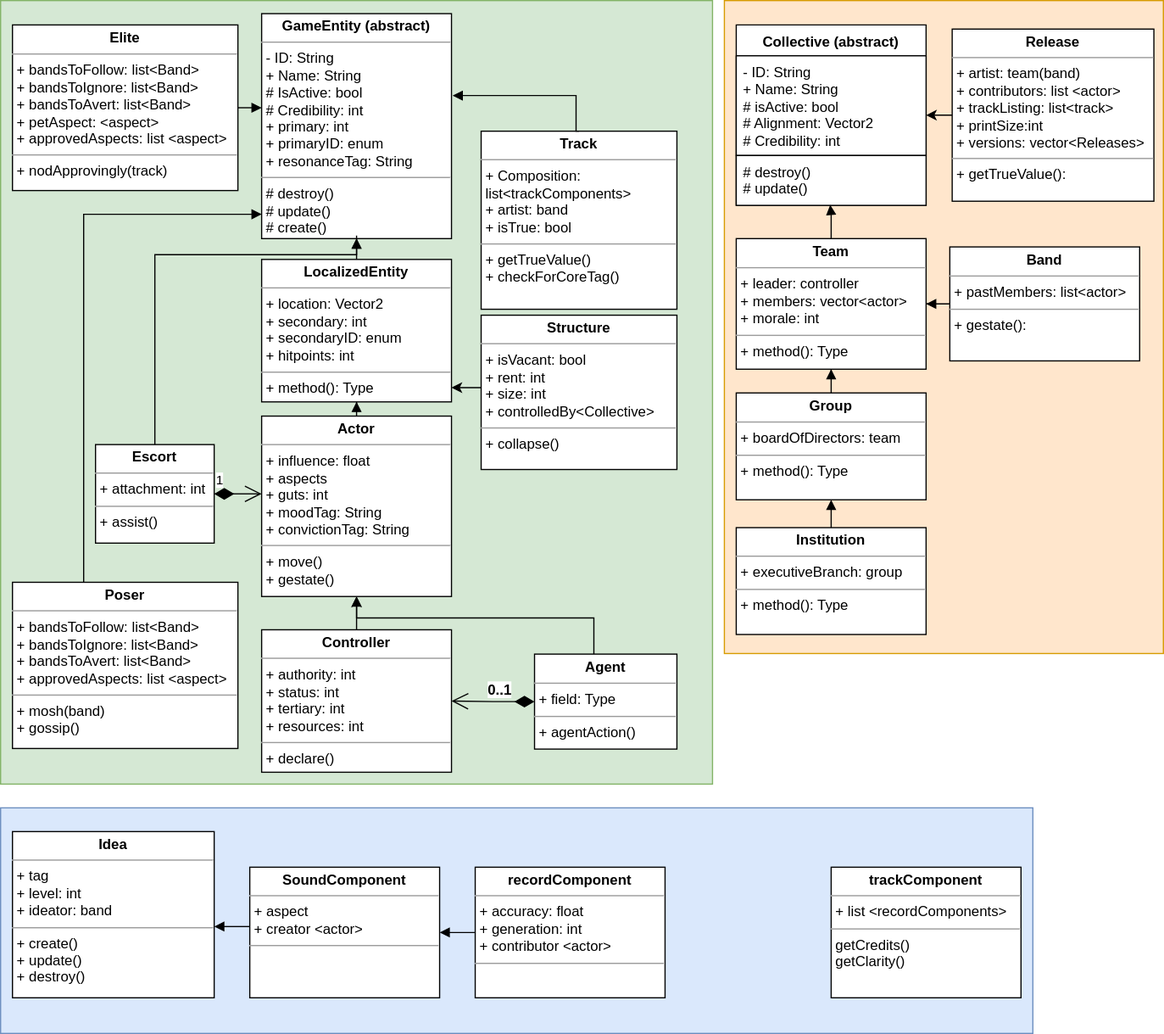
The draw.io diagram TheProspector/Assets/Schematics/Entity.svg in SakuNurmiranta/TheProspector, before a commit. Source tidied: cells renumbered, new cells last; positions are measured from the earlier drawing's top-left corner, leaving out a move shared by most shapes.
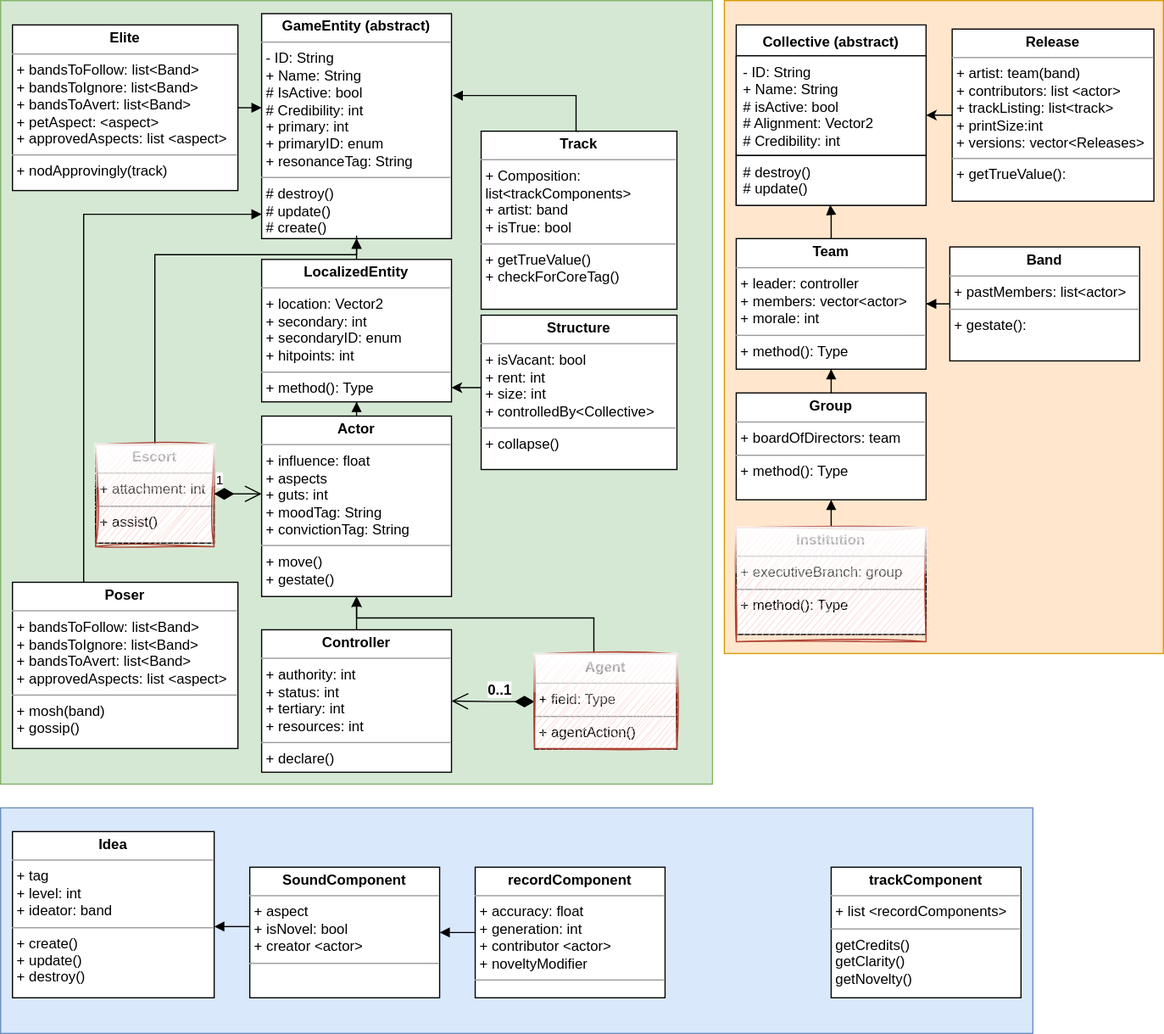
Above is the later version.

What changed in the source:
```diff
@@ -128,7 +128,7 @@
     <mxCell id="35" style="edgeStyle=orthogonalEdgeStyle;rounded=0;jettySize=auto;html=1;endArrow=block;endFill=1;" parent="1" edge="1" source="39" target="36">
       <mxGeometry relative="1" as="geometry" />
     </mxCell>
-    <mxCell id="36" value="&lt;p style=&quot;margin:0px;margin-top:4px;text-align:center;&quot;&gt;&lt;b&gt;SoundComponent&lt;/b&gt;&lt;/p&gt;&lt;hr size=&quot;1&quot;&gt;&lt;p style=&quot;margin:0px;margin-left:4px;&quot;&gt;&lt;span style=&quot;background-color: initial;&quot;&gt;+ aspect&lt;/span&gt;&lt;br&gt;&lt;/p&gt;&lt;p style=&quot;margin:0px;margin-left:4px;&quot;&gt;+ creator &amp;lt;actor&amp;gt;&lt;br&gt;&lt;/p&gt;&lt;hr size=&quot;1&quot;&gt;&lt;p style=&quot;margin:0px;margin-left:4px;&quot;&gt;&lt;br&gt;&lt;/p&gt;&lt;p style=&quot;margin:0px;margin-left:4px;&quot;&gt;&lt;br&gt;&lt;/p&gt;" style="verticalAlign=top;align=left;overflow=fill;fontSize=12;fontFamily=Helvetica;html=1;whiteSpace=wrap;" parent="1" vertex="1">
+    <mxCell id="36" value="&lt;p style=&quot;margin:0px;margin-top:4px;text-align:center;&quot;&gt;&lt;b&gt;SoundComponent&lt;/b&gt;&lt;/p&gt;&lt;hr size=&quot;1&quot;&gt;&lt;p style=&quot;margin:0px;margin-left:4px;&quot;&gt;&lt;span style=&quot;background-color: initial;&quot;&gt;+ aspect&lt;/span&gt;&lt;br&gt;&lt;/p&gt;&lt;p style=&quot;margin:0px;margin-left:4px;&quot;&gt;&lt;span style=&quot;background-color: initial;&quot;&gt;+ isNovel: bool&lt;/span&gt;&lt;/p&gt;&lt;p style=&quot;margin:0px;margin-left:4px;&quot;&gt;+ creator &amp;lt;actor&amp;gt;&lt;/p&gt;&lt;hr size=&quot;1&quot;&gt;&lt;p style=&quot;margin:0px;margin-left:4px;&quot;&gt;&lt;br&gt;&lt;/p&gt;&lt;p style=&quot;margin:0px;margin-left:4px;&quot;&gt;&lt;br&gt;&lt;/p&gt;" style="verticalAlign=top;align=left;overflow=fill;fontSize=12;fontFamily=Helvetica;html=1;whiteSpace=wrap;" parent="1" vertex="1">
       <mxGeometry x="210" y="730" width="160" height="110" as="geometry" />
     </mxCell>
     <mxCell id="37" style="edgeStyle=orthogonalEdgeStyle;rounded=0;jettySize=auto;html=1;endArrow=block;endFill=1;" parent="1" edge="1" source="36" target="38">
@@ -142,10 +142,10 @@
     <mxCell id="38" value="&lt;p style=&quot;margin:0px;margin-top:4px;text-align:center;&quot;&gt;&lt;b&gt;Idea&lt;/b&gt;&lt;/p&gt;&lt;hr size=&quot;1&quot;&gt;&lt;p style=&quot;margin:0px;margin-left:4px;&quot;&gt;+ tag&lt;/p&gt;&lt;p style=&quot;margin:0px;margin-left:4px;&quot;&gt;+ level: int&lt;/p&gt;&lt;p style=&quot;margin:0px;margin-left:4px;&quot;&gt;+ ideator: band&lt;/p&gt;&lt;hr size=&quot;1&quot;&gt;&lt;p style=&quot;margin:0px;margin-left:4px;&quot;&gt;+ create()&lt;/p&gt;&lt;p style=&quot;margin:0px;margin-left:4px;&quot;&gt;+ update()&lt;/p&gt;&lt;p style=&quot;margin:0px;margin-left:4px;&quot;&gt;+ destroy()&lt;/p&gt;" style="verticalAlign=top;align=left;overflow=fill;fontSize=12;fontFamily=Helvetica;html=1;whiteSpace=wrap;" parent="1" vertex="1">
       <mxGeometry x="10" y="700" width="170" height="140" as="geometry" />
     </mxCell>
-    <mxCell id="39" value="&lt;p style=&quot;margin:0px;margin-top:4px;text-align:center;&quot;&gt;&lt;b&gt;recordComponent&lt;/b&gt;&lt;/p&gt;&lt;hr size=&quot;1&quot;&gt;&lt;p style=&quot;margin:0px;margin-left:4px;&quot;&gt;&lt;span style=&quot;background-color: initial;&quot;&gt;+ accuracy: float&lt;/span&gt;&lt;/p&gt;&lt;p style=&quot;margin:0px;margin-left:4px;&quot;&gt;&lt;span style=&quot;background-color: initial;&quot;&gt;+ generation: int&lt;/span&gt;&lt;br&gt;&lt;/p&gt;&lt;p style=&quot;margin:0px;margin-left:4px;&quot;&gt;+ contributor &amp;lt;actor&amp;gt;&lt;br&gt;&lt;/p&gt;&lt;hr size=&quot;1&quot;&gt;&lt;p style=&quot;margin:0px;margin-left:4px;&quot;&gt;&lt;br&gt;&lt;/p&gt;&lt;p style=&quot;margin:0px;margin-left:4px;&quot;&gt;&lt;br&gt;&lt;/p&gt;" style="verticalAlign=top;align=left;overflow=fill;fontSize=12;fontFamily=Helvetica;html=1;whiteSpace=wrap;" parent="1" vertex="1">
+    <mxCell id="39" value="&lt;p style=&quot;margin:0px;margin-top:4px;text-align:center;&quot;&gt;&lt;b&gt;recordComponent&lt;/b&gt;&lt;/p&gt;&lt;hr size=&quot;1&quot;&gt;&lt;p style=&quot;margin:0px;margin-left:4px;&quot;&gt;&lt;span style=&quot;background-color: initial;&quot;&gt;+ accuracy: float&lt;/span&gt;&lt;/p&gt;&lt;p style=&quot;margin:0px;margin-left:4px;&quot;&gt;&lt;span style=&quot;background-color: initial;&quot;&gt;+ generation: int&lt;/span&gt;&lt;br&gt;&lt;/p&gt;&lt;p style=&quot;margin:0px;margin-left:4px;&quot;&gt;+ contributor &amp;lt;actor&amp;gt;&lt;br&gt;&lt;/p&gt;&lt;p style=&quot;margin:0px;margin-left:4px;&quot;&gt;+ noveltyModifier&lt;/p&gt;&lt;hr size=&quot;1&quot;&gt;&lt;p style=&quot;margin:0px;margin-left:4px;&quot;&gt;&lt;br&gt;&lt;/p&gt;&lt;p style=&quot;margin:0px;margin-left:4px;&quot;&gt;&lt;br&gt;&lt;/p&gt;" style="verticalAlign=top;align=left;overflow=fill;fontSize=12;fontFamily=Helvetica;html=1;whiteSpace=wrap;" parent="1" vertex="1">
       <mxGeometry x="400" y="730" width="160" height="110" as="geometry" />
     </mxCell>
-    <mxCell id="40" value="&lt;p style=&quot;margin:0px;margin-top:4px;text-align:center;&quot;&gt;&lt;b&gt;trackComponent&lt;/b&gt;&lt;/p&gt;&lt;hr size=&quot;1&quot;&gt;&lt;p style=&quot;margin:0px;margin-left:4px;&quot;&gt;+ list &amp;lt;recordComponents&amp;gt;&lt;/p&gt;&lt;hr size=&quot;1&quot;&gt;&lt;p style=&quot;margin:0px;margin-left:4px;&quot;&gt;getCredits()&lt;/p&gt;&lt;p style=&quot;margin:0px;margin-left:4px;&quot;&gt;getClarity()&lt;/p&gt;&lt;p style=&quot;margin:0px;margin-left:4px;&quot;&gt;&lt;br&gt;&lt;/p&gt;" style="verticalAlign=top;align=left;overflow=fill;fontSize=12;fontFamily=Helvetica;html=1;whiteSpace=wrap;" parent="1" vertex="1">
+    <mxCell id="40" value="&lt;p style=&quot;margin:0px;margin-top:4px;text-align:center;&quot;&gt;&lt;b&gt;trackComponent&lt;/b&gt;&lt;/p&gt;&lt;hr size=&quot;1&quot;&gt;&lt;p style=&quot;margin:0px;margin-left:4px;&quot;&gt;+ list &amp;lt;recordComponents&amp;gt;&lt;/p&gt;&lt;hr size=&quot;1&quot;&gt;&lt;p style=&quot;margin:0px;margin-left:4px;&quot;&gt;getCredits()&lt;/p&gt;&lt;p style=&quot;margin:0px;margin-left:4px;&quot;&gt;getClarity()&lt;/p&gt;&lt;p style=&quot;margin:0px;margin-left:4px;&quot;&gt;getNovelty()&lt;/p&gt;&lt;p style=&quot;margin:0px;margin-left:4px;&quot;&gt;&lt;br&gt;&lt;/p&gt;" style="verticalAlign=top;align=left;overflow=fill;fontSize=12;fontFamily=Helvetica;html=1;whiteSpace=wrap;" parent="1" vertex="1">
       <mxGeometry x="700" y="730" width="160" height="110" as="geometry" />
     </mxCell>
     <mxCell id="41" style="edgeStyle=orthogonalEdgeStyle;rounded=0;jettySize=auto;html=1;endArrow=block;endFill=1;" parent="1" edge="1" source="42" target="5">
@@ -168,5 +168,14 @@
     <mxCell id="44" value="&lt;p style=&quot;margin:0px;margin-top:4px;text-align:center;&quot;&gt;&lt;b&gt;Poser&lt;/b&gt;&lt;/p&gt;&lt;hr size=&quot;1&quot;&gt;&lt;p style=&quot;margin:0px;margin-left:4px;&quot;&gt;+ bandsToFollow: list&amp;lt;Band&amp;gt;&lt;/p&gt;&lt;p style=&quot;margin:0px;margin-left:4px;&quot;&gt;+ bandsToIgnore: list&amp;lt;Band&amp;gt;&lt;/p&gt;&lt;p style=&quot;margin:0px;margin-left:4px;&quot;&gt;+ bandsToAvert: list&amp;lt;Band&amp;gt;&lt;/p&gt;&lt;p style=&quot;margin:0px;margin-left:4px;&quot;&gt;+ approvedAspects: list &amp;lt;aspect&amp;gt;&lt;/p&gt;&lt;hr size=&quot;1&quot;&gt;&lt;p style=&quot;margin:0px;margin-left:4px;&quot;&gt;+ mosh(band)&lt;/p&gt;&lt;p style=&quot;margin:0px;margin-left:4px;&quot;&gt;+ gossip()&lt;/p&gt;" style="verticalAlign=top;align=left;overflow=fill;fontSize=12;fontFamily=Helvetica;html=1;whiteSpace=wrap;" parent="1" vertex="1">
       <mxGeometry x="10" y="490" width="190" height="140" as="geometry" />
     </mxCell>
+    <mxCell id="45" style="whiteSpace=wrap;html=1;glass=1;sketch=1;curveFitting=1;jiggle=2;fillColor=#fad9d5;strokeColor=#ae4132;" parent="1" vertex="1">
+      <mxGeometry x="80" y="374" width="100" height="86" as="geometry" />
+    </mxCell>
+    <mxCell id="46" style="whiteSpace=wrap;html=1;glass=1;sketch=1;curveFitting=1;jiggle=2;fillColor=#fad9d5;strokeColor=#ae4132;" parent="1" vertex="1">
+      <mxGeometry x="450" y="550.5" width="120" height="79.5" as="geometry" />
+    </mxCell>
+    <mxCell id="47" style="whiteSpace=wrap;html=1;glass=1;sketch=1;curveFitting=1;jiggle=2;fillColor=#fad9d5;strokeColor=#ae4132;" parent="1" vertex="1">
+      <mxGeometry x="620" y="444" width="160" height="96" as="geometry" />
+    </mxCell>
   </root>
 </mxGraphModel>
```
